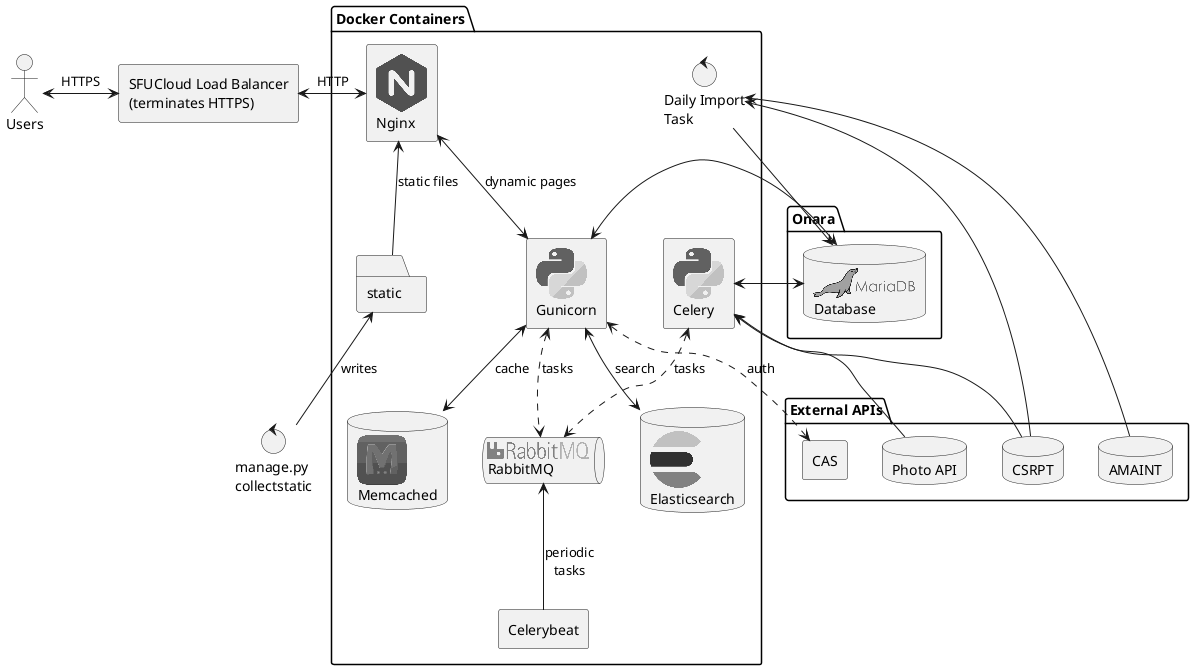
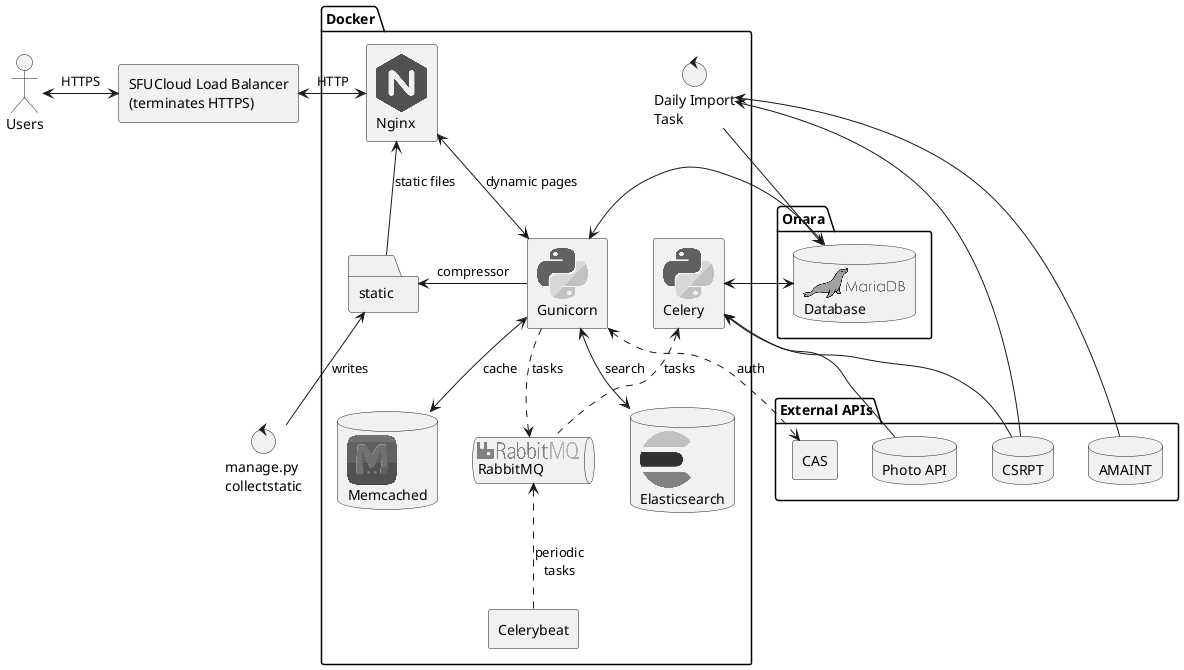
' To generate diagram:
' sudo apt install plantuml
' plantuml arch.puml

' https://github.com/plantuml/plantuml-stdlib/tree/master/stdlib/logos

@startuml

!include <logos/nginx>
!include <logos/gunicorn>
!include <logos/django>
!include <logos/rabbitmq>
!include <logos/ruby>
!include <logos/python>
!include <logos/rabbitmq>
!include <logos/memcached>
!include <logos/elasticsearch>
!include <logos/mariadb>

actor Users as users

agent "SFUCloud Load Balancer\n(terminates HTTPS)" as lb

users <-> lb : HTTPS

'artifact "<$django>\nApplication Code" as django
control "manage.py\ncollectstatic" as collectstatic


- package "Docker Containers" {
+ package "Docker" {
    folder "static" as static
    control "Daily Import\nTask" as import

    agent "<$python>\nCelery" as celery
    agent "Celerybeat" as celerybeat
    agent "<$nginx>\nNginx" as nginx
    agent "<$python>\nGunicorn" as gunicorn

    queue "<$rabbitmq>\nRabbitMQ" as rabbitmq
    database "<$memcached>\nMemcached" as memcached
    database "<$elasticsearch>\nElasticsearch" as elasticsearch

    static <-- collectstatic : "writes"
-     'static <- gunicorn : "compressed"
+     gunicorn -> static : "compressor"
    nginx <-- static : static files
    nginx <--> gunicorn : dynamic pages

    'gunicorn ..> django : runs
    'django <.. celery : "runs\n~*/tasks.py"

    'celery .> import : task
    'django <.. import : runs

-     gunicorn <..> rabbitmq : tasks
-     celery <..> rabbitmq : tasks
+     gunicorn ..> rabbitmq : tasks
+     celery <.. rabbitmq : tasks
    gunicorn <--> memcached : cache
    gunicorn <--> elasticsearch : search
-     'celerybeat ..> rabbitmq : periodic\ntasks
-     rabbitmq <-- celerybeat : periodic\ntasks
+     rabbitmq <.. celerybeat : periodic\ntasks
}

package "Onara" {
    database "<$mariadb>\nDatabase" as db
}

nginx <-> lb : HTTP
gunicorn <-> db
celery <--> db
'import --> db
db <- import

package "External APIs" {
    database "CSRPT" as csrpt
    agent "CAS" as cas
    database "Photo API" as photo
    database "AMAINT" as amaint
}

'import <-- csrpt
csrpt -> import
celery <-- csrpt
gunicorn <..> cas : auth
celery <-- photo
'import <-- amaint
amaint -> import

@enduml
